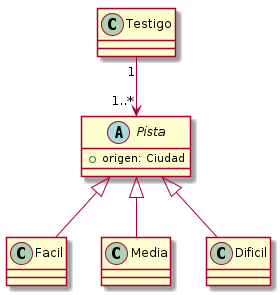
Above: diagrams/classes/clase_pista.png in MegaRedHand/algo-thief (PlantUML), before the change.
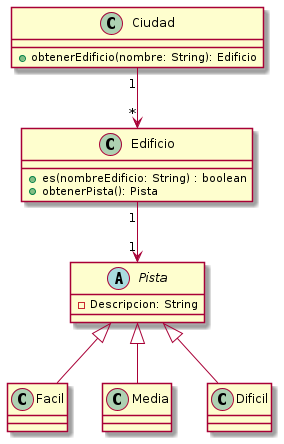
After the change.

Diff of the diagram source:
```diff
@@ -1,12 +1,22 @@
 @startuml
 
-class Testigo
+class Ciudad {
+    + obtenerEdificio(nombre: String): Edificio
+}
+
+
+class Edificio {
+    + es(nombreEdificio: String) : boolean
+    + obtenerPista(): Pista
+}
+
+Ciudad "1" --> "*" Edificio
 
 abstract class Pista {
-    + origen: Ciudad
+    - Descripcion: String
 }
 
-Testigo "1" --> "1..*" Pista
+Edificio "1" --> "1" Pista
 
 class Facil extends Pista
 class Media extends Pista
```
